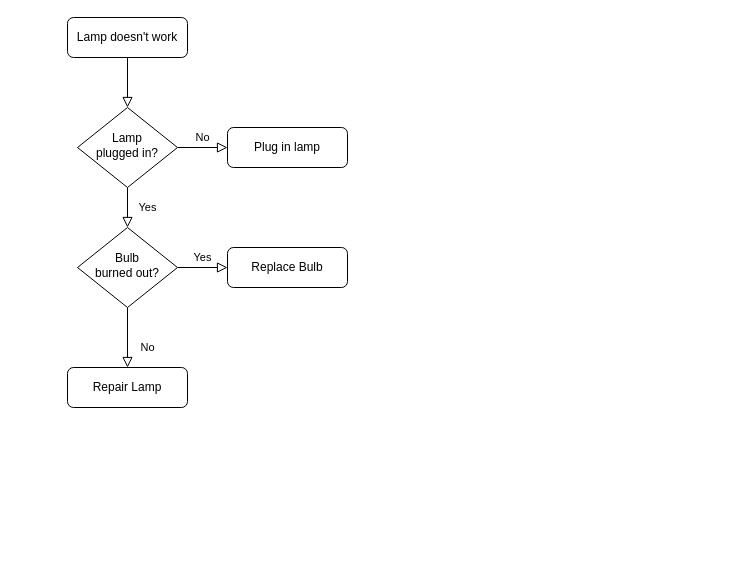
caoguanghui/blog keeps this draw.io diagram as diagrams/Untitled Diagram.drawio. Above is the earlier version. Source tidied: cells renumbered, new cells numbered last; positions are measured from the earlier drawing's top-left corner, leaving out a move shared by most shapes. Both pictures are drawn from the tidied source at 100%, with x=0, y=0 at pixel (67, 17).
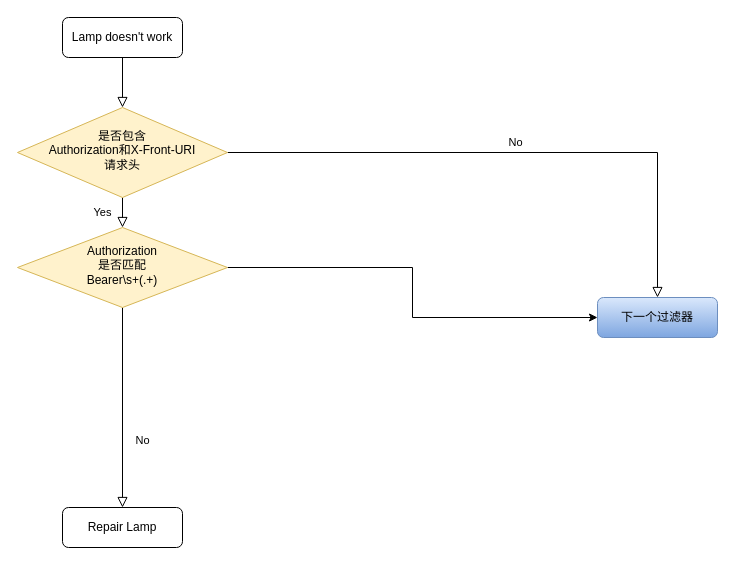
The same page after the edit.

Diff of the diagram source:
```diff
@@
 <mxGraphModel>
   <root>
     <mxCell id="0" />
     <mxCell id="1" parent="0" />
     <mxCell id="2" style="rounded=0;html=1;jettySize=auto;fontSize=11;endArrow=block;endFill=0;endSize=8;strokeWidth=1;shadow=0;labelBackgroundColor=none;edgeStyle=orthogonalEdgeStyle;" parent="1" edge="1" source="3" target="6">
       <mxGeometry relative="1" as="geometry" />
     </mxCell>
     <mxCell id="3" value="Lamp doesn't work" style="rounded=1;whiteSpace=wrap;html=1;fontSize=12;glass=0;strokeWidth=1;shadow=0;" parent="1" vertex="1">
-      <mxGeometry width="120" height="40" as="geometry" />
+      <mxGeometry x="-5" width="120" height="40" as="geometry" />
     </mxCell>
     <mxCell id="4" value="Yes" style="rounded=0;html=1;jettySize=auto;fontSize=11;endArrow=block;endFill=0;endSize=8;strokeWidth=1;shadow=0;labelBackgroundColor=none;edgeStyle=orthogonalEdgeStyle;" parent="1" edge="1" source="6" target="10">
       <mxGeometry y="20" relative="1" as="geometry" />
     </mxCell>
     <mxCell id="5" value="No" style="edgeStyle=orthogonalEdgeStyle;rounded=0;html=1;jettySize=auto;fontSize=11;endArrow=block;endFill=0;endSize=8;strokeWidth=1;shadow=0;labelBackgroundColor=none;" parent="1" edge="1" source="6" target="7">
       <mxGeometry y="10" relative="1" as="geometry" />
     </mxCell>
-    <mxCell id="6" value="Lamp&lt;br&gt;plugged in?" style="rhombus;whiteSpace=wrap;html=1;shadow=0;fontFamily=Helvetica;fontSize=12;align=center;strokeWidth=1;spacing=6;spacingTop=-4;" parent="1" vertex="1">
-      <mxGeometry x="10" y="90" width="100" height="80" as="geometry" />
+    <mxCell id="6" value="是否包含&lt;br&gt;Authorization和X-Front-URI&lt;br&gt;请求头" style="rhombus;whiteSpace=wrap;html=1;shadow=0;fontFamily=Helvetica;fontSize=12;align=center;strokeWidth=1;spacing=6;spacingTop=-4;fillColor=#fff2cc;strokeColor=#d6b656;" parent="1" vertex="1">
+      <mxGeometry x="-50" y="90" width="210" height="90" as="geometry" />
     </mxCell>
-    <mxCell id="7" value="Plug in lamp" style="rounded=1;whiteSpace=wrap;html=1;fontSize=12;glass=0;strokeWidth=1;shadow=0;" parent="1" vertex="1">
-      <mxGeometry x="160" y="110" width="120" height="40" as="geometry" />
+    <mxCell id="7" value="下一个过滤器" style="rounded=1;whiteSpace=wrap;html=1;fontSize=12;glass=0;strokeWidth=1;shadow=0;gradientColor=#7ea6e0;fillColor=#dae8fc;strokeColor=#6c8ebf;" parent="1" vertex="1">
+      <mxGeometry x="530" y="280" width="120" height="40" as="geometry" />
     </mxCell>
     <mxCell id="8" value="No" style="rounded=0;html=1;jettySize=auto;fontSize=11;endArrow=block;endFill=0;endSize=8;strokeWidth=1;shadow=0;labelBackgroundColor=none;edgeStyle=orthogonalEdgeStyle;" parent="1" edge="1" source="10" target="11">
       <mxGeometry x="0.33" y="20" relative="1" as="geometry" />
     </mxCell>
-    <mxCell id="9" value="Yes" style="edgeStyle=orthogonalEdgeStyle;rounded=0;html=1;jettySize=auto;fontSize=11;endArrow=block;endFill=0;endSize=8;strokeWidth=1;shadow=0;labelBackgroundColor=none;" parent="1" edge="1" source="10" target="12">
-      <mxGeometry y="10" relative="1" as="geometry" />
-    </mxCell>
+    <mxCell id="13" style="edgeStyle=orthogonalEdgeStyle;rounded=0;jettySize=auto;html=1;exitX=1;exitY=0.5;exitDx=0;exitDy=0;entryX=0;entryY=0.5;entryDx=0;entryDy=0;" parent="1" edge="1" source="10" target="7">
+      <mxGeometry relative="1" as="geometry" />
+    </mxCell>
-    <mxCell id="10" value="Bulb&lt;br&gt;burned out?" style="rhombus;whiteSpace=wrap;html=1;shadow=0;fontFamily=Helvetica;fontSize=12;align=center;strokeWidth=1;spacing=6;spacingTop=-4;" parent="1" vertex="1">
-      <mxGeometry x="10" y="210" width="100" height="80" as="geometry" />
+    <mxCell id="10" value="Authorization&lt;br&gt;是否匹配&lt;br&gt;Bearer\s+(.+)" style="rhombus;whiteSpace=wrap;html=1;shadow=0;fontFamily=Helvetica;fontSize=12;align=center;strokeWidth=1;spacing=6;spacingTop=-4;fillColor=#fff2cc;strokeColor=#d6b656;" parent="1" vertex="1">
+      <mxGeometry x="-50" y="210" width="210" height="80" as="geometry" />
     </mxCell>
     <mxCell id="11" value="Repair Lamp" style="rounded=1;whiteSpace=wrap;html=1;fontSize=12;glass=0;strokeWidth=1;shadow=0;" parent="1" vertex="1">
-      <mxGeometry y="350" width="120" height="40" as="geometry" />
+      <mxGeometry x="-5" y="490" width="120" height="40" as="geometry" />
     </mxCell>
-    <mxCell id="12" value="Replace Bulb" style="rounded=1;whiteSpace=wrap;html=1;fontSize=12;glass=0;strokeWidth=1;shadow=0;" parent="1" vertex="1">
-      <mxGeometry x="160" y="230" width="120" height="40" as="geometry" />
-    </mxCell>
   </root>
 </mxGraphModel>
```
